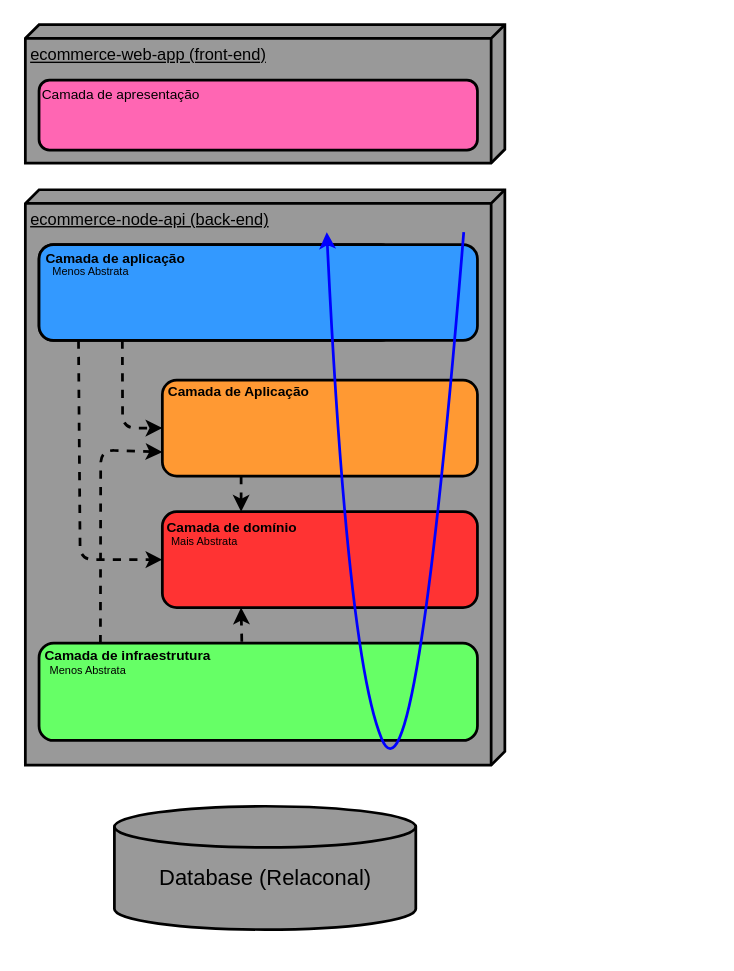
The draw.io diagram page "Arquitetura em Camadas" (1 of 2) of requirements/ecommerce-arquitetura.drawio in Miguelstoss/ecommerce-node-api, before the edit. Source tidied: cells renumbered, new cells numbered last; positions are measured from the earlier drawing's top-left corner, leaving out a move shared by most shapes. Both pictures are drawn from the tidied source at 137%, with x=0, y=0 at pixel (25, 25).
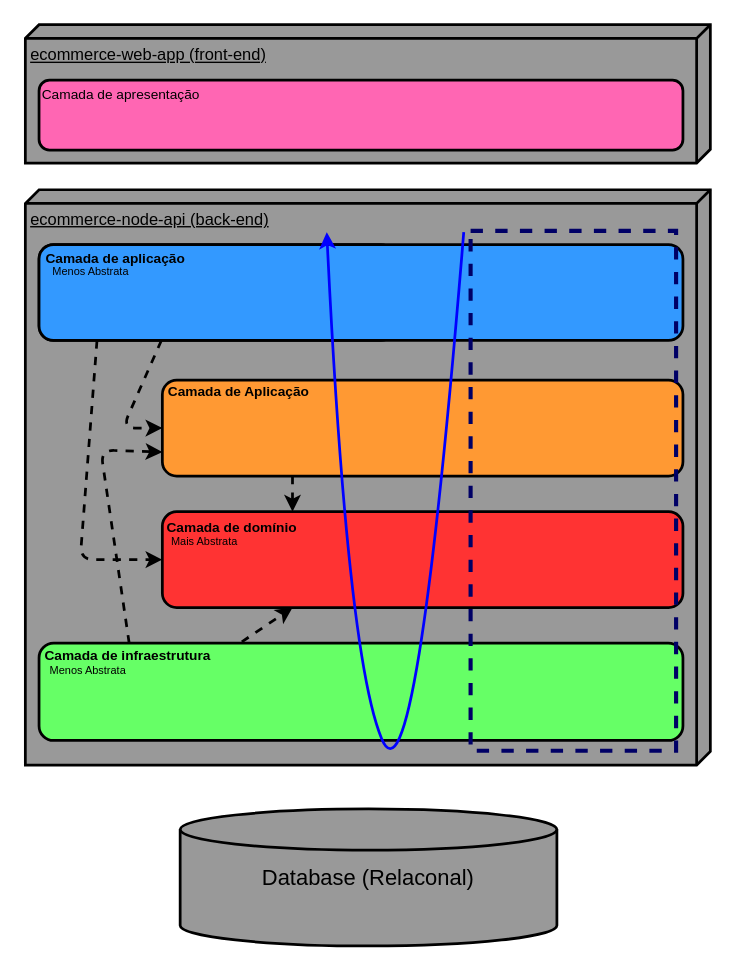
Above is the later version.

Commit message:
Versão Desenho 01 - Arquitetura Hexagonal

The edit, as a diff of the source:
```diff
@@
     <mxCell id="2" value="ecommerce-node-api (back-end)" style="verticalAlign=top;align=left;spacingTop=8;spacingLeft=2;spacingRight=12;shape=cube;size=10;direction=south;fontStyle=4;html=1;strokeWidth=2;fillColor=#999999;fontColor=#000000;strokeColor=#000000;" parent="1" vertex="1">
-      <mxGeometry y="120" width="350" height="420" as="geometry" />
+      <mxGeometry y="120" width="500" height="420" as="geometry" />
     </mxCell>
     <mxCell id="3" value="ecommerce-web-app (front-end)" style="verticalAlign=top;align=left;spacingTop=8;spacingLeft=2;spacingRight=12;shape=cube;size=10;direction=south;fontStyle=4;html=1;strokeWidth=2;fillColor=#999999;strokeColor=#000000;fontColor=#000000;" parent="1" vertex="1">
-      <mxGeometry y="-0.5" width="350" height="101" as="geometry" />
+      <mxGeometry y="-0.5" width="500" height="101" as="geometry" />
     </mxCell>
     <mxCell id="4" style="shape=cylinder3;whiteSpace=wrap;html=1;boundedLbl=1;backgroundOutline=1;size=15;strokeWidth=2;fontColor=#000000;fillColor=#999999;strokeColor=#000000;" parent="1" vertex="1">
-      <mxGeometry x="65" y="570" width="220" height="90" as="geometry" />
+      <mxGeometry x="113" y="572" width="275" height="100" as="geometry" />
     </mxCell>
     <mxCell id="5" value="&lt;font style=&quot;font-size: 16px;&quot;&gt;Database (Relaconal)&lt;/font&gt;" style="text;html=1;strokeColor=none;fillColor=none;align=center;verticalAlign=middle;whiteSpace=wrap;rounded=0;strokeWidth=2;fontColor=#000000;" parent="1" vertex="1">
-      <mxGeometry x="87.5" y="600" width="175" height="44" as="geometry" />
+      <mxGeometry x="162.5" y="600" width="175" height="44" as="geometry" />
     </mxCell>
     <mxCell id="6" style="rounded=1;whiteSpace=wrap;html=1;strokeWidth=2;fillColor=#FF3333;" parent="1" vertex="1">
-      <mxGeometry x="100" y="355" width="230" height="70" as="geometry" />
+      <mxGeometry x="100" y="355" width="380" height="70" as="geometry" />
     </mxCell>
@@
     <mxCell id="11" style="rounded=1;whiteSpace=wrap;html=1;strokeWidth=2;fillColor=#66FF66;points=[[0,0,0,0,0],[0,0.25,0,0,0],[0,0.51,0,0,0],[0,0.75,0,0,0],[0,1,0,0,0],[0.14,0,0,0,0],[0.25,1,0,0,0],[0.47,0,0,0,0],[0.5,1,0,0,0],[0.75,0,0,0,0],[0.75,1,0,0,0],[1,0,0,0,0],[1,0.25,0,0,0],[1,0.51,0,0,0],[1,0.75,0,0,0],[1,1,0,0,0]];" parent="1" vertex="1">
-      <mxGeometry x="10" y="451" width="320" height="71" as="geometry" />
+      <mxGeometry x="10" y="451" width="470" height="71" as="geometry" />
     </mxCell>
@@
     <mxCell id="15" style="rounded=1;whiteSpace=wrap;html=1;strokeWidth=2;fillColor=#3399FF;points=[[0,0,0,0,0],[0,0.24,0,0,0],[0,0.5,0,0,0],[0,0.76,0,0,0],[0,1,0,0,0],[0.09,1,0,0,0],[0.19,1,0,0,0],[0.25,0,0,0,0],[0.5,0,0,0,0],[0.75,0,0,0,0],[0.75,1,0,0,0],[1,0,0,0,0],[1,0.26,0,0,0],[1,0.5,0,0,0],[1,0.76,0,0,0],[1,1,0,0,0]];" parent="1" vertex="1">
-      <mxGeometry x="10" y="160" width="320" height="70" as="geometry" />
+      <mxGeometry x="10" y="160" width="470" height="70" as="geometry" />
     </mxCell>
@@
     <mxCell id="17" style="rounded=1;whiteSpace=wrap;html=1;strokeWidth=2;fillColor=#FF66B3;" parent="1" vertex="1">
-      <mxGeometry x="10" y="40" width="320" height="51" as="geometry" />
+      <mxGeometry x="10" y="40" width="470" height="51" as="geometry" />
     </mxCell>
@@
     <mxCell id="20" style="rounded=1;whiteSpace=wrap;html=1;strokeWidth=2;fillColor=#FF9933;" parent="1" vertex="1">
-      <mxGeometry x="100" y="259" width="230" height="70" as="geometry" />
+      <mxGeometry x="100" y="259" width="380" height="70" as="geometry" />
     </mxCell>
@@
+    <mxCell id="26" style="whiteSpace=wrap;html=1;dashed=1;strokeColor=#000066;strokeWidth=3;fontSize=11;fontColor=#000000;fillColor=none;gradientColor=#33FF99;" parent="1" vertex="1">
+      <mxGeometry x="325" y="150" width="150" height="379.5" as="geometry" />
+    </mxCell>
```
